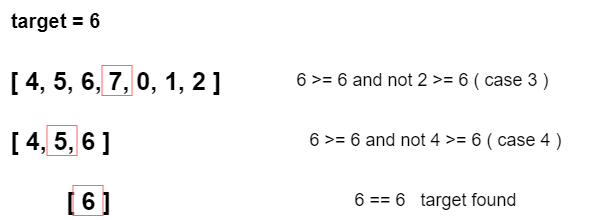
ashiven/leetcode-solutions keeps this draw.io diagram as Python3/img/TargetRotatedArr.png. Above is the earlier version. Source tidied: cells renumbered, new cells last; positions are measured from the earlier drawing's top-left corner, leaving out a move shared by most shapes. The source it was exported from:
```xml
<mxGraphModel>
  <root>
    <mxCell id="0" />
    <mxCell id="1" parent="0" />
    <mxCell id="2" style="group;" parent="1" vertex="1">
      <mxGeometry x="0.5" y="60" width="595" height="160" as="geometry" />
    </mxCell>
    <mxCell id="3" value="&lt;font style=&quot;font-size: 25px;&quot;&gt;&lt;b&gt;[ 4, 5, 6, 7, 0, 1, 2 ]&lt;/b&gt;&lt;/font&gt;" style="text;html=1;align=center;verticalAlign=middle;strokeColor=none;fillColor=none;" parent="2" vertex="1">
      <mxGeometry width="230" height="40" as="geometry" />
    </mxCell>
    <mxCell id="4" style="whiteSpace=wrap;html=1;fillColor=none;strokeColor=#FF6666;" parent="2" vertex="1">
      <mxGeometry x="102" y="5" width="30" height="30" as="geometry" />
    </mxCell>
    <mxCell id="5" value="&lt;font style=&quot;font-size: 18px;&quot;&gt;6 &amp;gt;= 6 and not 2 &amp;gt;= 6 ( case 3 )&lt;/font&gt;" style="text;html=1;align=center;verticalAlign=middle;strokeColor=none;fillColor=none;" parent="2" vertex="1">
      <mxGeometry x="282" width="280" height="40" as="geometry" />
    </mxCell>
    <mxCell id="6" value="&lt;font style=&quot;font-size: 25px;&quot;&gt;&lt;b&gt;[ 4, 5, 6 ]&lt;/b&gt;&lt;/font&gt;" style="text;html=1;align=center;verticalAlign=middle;strokeColor=none;fillColor=none;" parent="2" vertex="1">
      <mxGeometry y="60" width="120" height="40" as="geometry" />
    </mxCell>
    <mxCell id="7" style="whiteSpace=wrap;html=1;fillColor=none;strokeColor=#FF6666;" parent="2" vertex="1">
      <mxGeometry x="47" y="65" width="30" height="30" as="geometry" />
    </mxCell>
    <mxCell id="8" value="&lt;font style=&quot;font-size: 18px;&quot;&gt;6 &amp;gt;= 6 and not 4 &amp;gt;= 6 ( case 4 )&lt;/font&gt;" style="text;html=1;align=center;verticalAlign=middle;strokeColor=none;fillColor=none;" parent="2" vertex="1">
      <mxGeometry x="295" y="60" width="280" height="40" as="geometry" />
    </mxCell>
    <mxCell id="9" value="&lt;font style=&quot;font-size: 25px;&quot;&gt;&lt;b&gt;[ 6 ]&lt;/b&gt;&lt;/font&gt;" style="text;html=1;align=center;verticalAlign=middle;strokeColor=none;fillColor=none;" parent="2" vertex="1">
      <mxGeometry x="53" y="120" width="70" height="40" as="geometry" />
    </mxCell>
    <mxCell id="10" value="&lt;font style=&quot;font-size: 18px;&quot;&gt;6 == 6&amp;nbsp; &amp;nbsp;target found&lt;/font&gt;" style="text;html=1;align=center;verticalAlign=middle;strokeColor=none;fillColor=none;" parent="2" vertex="1">
      <mxGeometry x="340" y="120" width="190" height="40" as="geometry" />
    </mxCell>
    <mxCell id="11" style="whiteSpace=wrap;html=1;fillColor=none;strokeColor=#FF6666;" parent="2" vertex="1">
      <mxGeometry x="73" y="125" width="30" height="30" as="geometry" />
    </mxCell>
    <mxCell id="12" value="&lt;font size=&quot;1&quot; style=&quot;&quot;&gt;&lt;b style=&quot;font-size: 20px;&quot;&gt;target = 6&lt;/b&gt;&lt;/font&gt;" style="text;html=1;align=center;verticalAlign=middle;strokeColor=none;fillColor=none;" parent="1" vertex="1">
      <mxGeometry x="0.5" width="110" height="40" as="geometry" />
    </mxCell>
  </root>
</mxGraphModel>
```
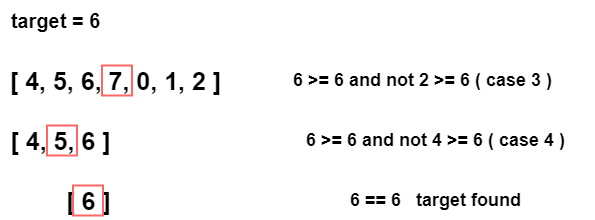
The same file after the commit.

What changed in the source:
```diff
@@ -1,38 +1,38 @@
-<mxGraphModel>
+<mxGraphModel background="#ffffff">
   <root>
     <mxCell id="0" />
     <mxCell id="1" parent="0" />
-    <mxCell id="2" style="group;" parent="1" vertex="1">
+    <mxCell id="2" style="group;fontStyle=1;strokeWidth=2;" parent="1" vertex="1">
       <mxGeometry x="0.5" y="60" width="595" height="160" as="geometry" />
     </mxCell>
-    <mxCell id="3" value="&lt;font style=&quot;font-size: 25px;&quot;&gt;&lt;b&gt;[ 4, 5, 6, 7, 0, 1, 2 ]&lt;/b&gt;&lt;/font&gt;" style="text;html=1;align=center;verticalAlign=middle;strokeColor=none;fillColor=none;" parent="2" vertex="1">
+    <mxCell id="3" value="&lt;font style=&quot;font-size: 25px;&quot;&gt;&lt;span&gt;[ 4, 5, 6, 7, 0, 1, 2 ]&lt;/span&gt;&lt;/font&gt;" style="text;html=1;align=center;verticalAlign=middle;strokeColor=none;fillColor=none;fontStyle=1;strokeWidth=2;" parent="2" vertex="1">
       <mxGeometry width="230" height="40" as="geometry" />
     </mxCell>
-    <mxCell id="4" style="whiteSpace=wrap;html=1;fillColor=none;strokeColor=#FF6666;" parent="2" vertex="1">
+    <mxCell id="4" style="whiteSpace=wrap;html=1;fillColor=none;strokeColor=#FF6666;fontStyle=1;strokeWidth=2;" parent="2" vertex="1">
       <mxGeometry x="102" y="5" width="30" height="30" as="geometry" />
     </mxCell>
-    <mxCell id="5" value="&lt;font style=&quot;font-size: 18px;&quot;&gt;6 &amp;gt;= 6 and not 2 &amp;gt;= 6 ( case 3 )&lt;/font&gt;" style="text;html=1;align=center;verticalAlign=middle;strokeColor=none;fillColor=none;" parent="2" vertex="1">
+    <mxCell id="5" value="&lt;font style=&quot;font-size: 18px;&quot;&gt;6 &amp;gt;= 6 and not 2 &amp;gt;= 6 ( case 3 )&lt;/font&gt;" style="text;html=1;align=center;verticalAlign=middle;strokeColor=none;fillColor=none;fontStyle=1;strokeWidth=2;" parent="2" vertex="1">
       <mxGeometry x="282" width="280" height="40" as="geometry" />
     </mxCell>
-    <mxCell id="6" value="&lt;font style=&quot;font-size: 25px;&quot;&gt;&lt;b&gt;[ 4, 5, 6 ]&lt;/b&gt;&lt;/font&gt;" style="text;html=1;align=center;verticalAlign=middle;strokeColor=none;fillColor=none;" parent="2" vertex="1">
+    <mxCell id="6" value="&lt;font style=&quot;font-size: 25px;&quot;&gt;&lt;span&gt;[ 4, 5, 6 ]&lt;/span&gt;&lt;/font&gt;" style="text;html=1;align=center;verticalAlign=middle;strokeColor=none;fillColor=none;fontStyle=1;strokeWidth=2;" parent="2" vertex="1">
       <mxGeometry y="60" width="120" height="40" as="geometry" />
     </mxCell>
-    <mxCell id="7" style="whiteSpace=wrap;html=1;fillColor=none;strokeColor=#FF6666;" parent="2" vertex="1">
+    <mxCell id="7" style="whiteSpace=wrap;html=1;fillColor=none;strokeColor=#FF6666;fontStyle=1;strokeWidth=2;" parent="2" vertex="1">
       <mxGeometry x="47" y="65" width="30" height="30" as="geometry" />
     </mxCell>
-    <mxCell id="8" value="&lt;font style=&quot;font-size: 18px;&quot;&gt;6 &amp;gt;= 6 and not 4 &amp;gt;= 6 ( case 4 )&lt;/font&gt;" style="text;html=1;align=center;verticalAlign=middle;strokeColor=none;fillColor=none;" parent="2" vertex="1">
+    <mxCell id="8" value="&lt;font style=&quot;font-size: 18px;&quot;&gt;6 &amp;gt;= 6 and not 4 &amp;gt;= 6 ( case 4 )&lt;/font&gt;" style="text;html=1;align=center;verticalAlign=middle;strokeColor=none;fillColor=none;fontStyle=1;strokeWidth=2;" parent="2" vertex="1">
       <mxGeometry x="295" y="60" width="280" height="40" as="geometry" />
     </mxCell>
-    <mxCell id="9" value="&lt;font style=&quot;font-size: 25px;&quot;&gt;&lt;b&gt;[ 6 ]&lt;/b&gt;&lt;/font&gt;" style="text;html=1;align=center;verticalAlign=middle;strokeColor=none;fillColor=none;" parent="2" vertex="1">
+    <mxCell id="9" value="&lt;font style=&quot;font-size: 25px;&quot;&gt;&lt;span&gt;[ 6 ]&lt;/span&gt;&lt;/font&gt;" style="text;html=1;align=center;verticalAlign=middle;strokeColor=none;fillColor=none;fontStyle=1;strokeWidth=2;" parent="2" vertex="1">
       <mxGeometry x="53" y="120" width="70" height="40" as="geometry" />
     </mxCell>
-    <mxCell id="10" value="&lt;font style=&quot;font-size: 18px;&quot;&gt;6 == 6&amp;nbsp; &amp;nbsp;target found&lt;/font&gt;" style="text;html=1;align=center;verticalAlign=middle;strokeColor=none;fillColor=none;" parent="2" vertex="1">
+    <mxCell id="10" value="&lt;font style=&quot;font-size: 18px;&quot;&gt;6 == 6&amp;nbsp; &amp;nbsp;target found&lt;/font&gt;" style="text;html=1;align=center;verticalAlign=middle;strokeColor=none;fillColor=none;fontStyle=1;strokeWidth=2;" parent="2" vertex="1">
       <mxGeometry x="340" y="120" width="190" height="40" as="geometry" />
     </mxCell>
-    <mxCell id="11" style="whiteSpace=wrap;html=1;fillColor=none;strokeColor=#FF6666;" parent="2" vertex="1">
+    <mxCell id="11" style="whiteSpace=wrap;html=1;fillColor=none;strokeColor=#FF6666;fontStyle=1;strokeWidth=2;" parent="2" vertex="1">
       <mxGeometry x="73" y="125" width="30" height="30" as="geometry" />
     </mxCell>
-    <mxCell id="12" value="&lt;font size=&quot;1&quot; style=&quot;&quot;&gt;&lt;b style=&quot;font-size: 20px;&quot;&gt;target = 6&lt;/b&gt;&lt;/font&gt;" style="text;html=1;align=center;verticalAlign=middle;strokeColor=none;fillColor=none;" parent="1" vertex="1">
+    <mxCell id="12" value="&lt;font size=&quot;1&quot; style=&quot;&quot;&gt;&lt;span style=&quot;font-size: 20px;&quot;&gt;target = 6&lt;/span&gt;&lt;/font&gt;" style="text;html=1;align=center;verticalAlign=middle;strokeColor=none;fillColor=none;fontStyle=1;strokeWidth=2;" parent="1" vertex="1">
       <mxGeometry x="0.5" width="110" height="40" as="geometry" />
     </mxCell>
   </root>
```
